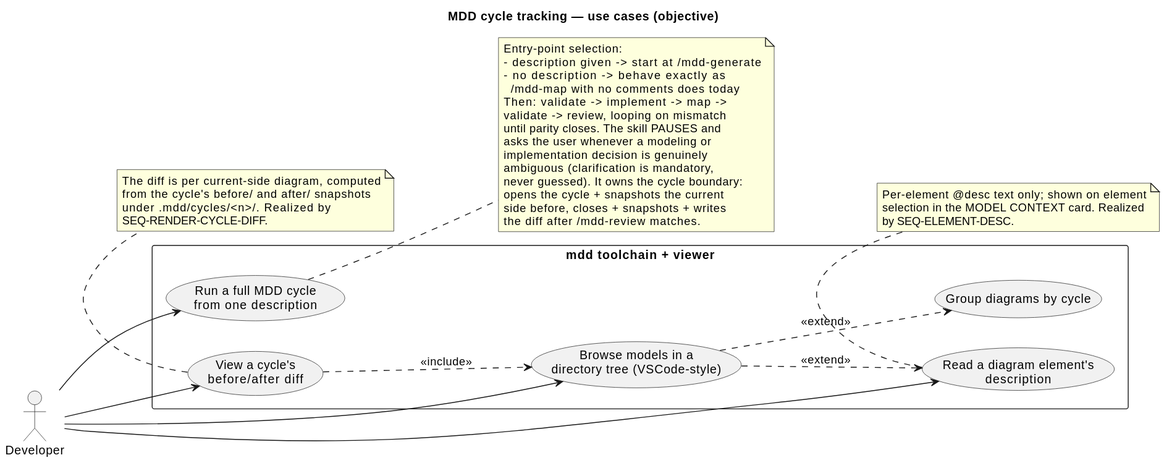
The PlantUML diagram .mdd/rendered/models/objective/use-cases/cycle-tracking.svg in cthadeufaria/model-driven-development, before a commit.
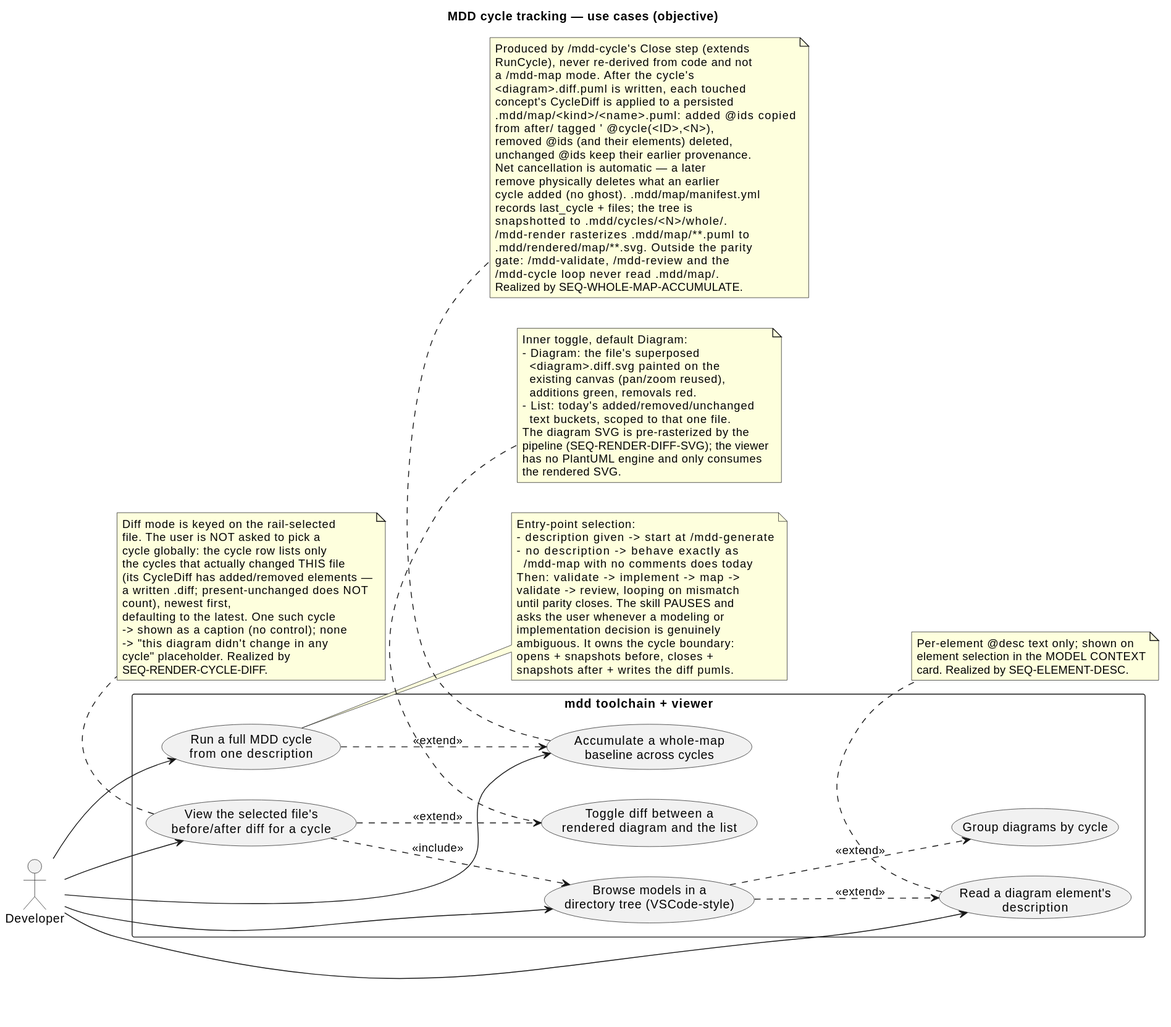
After the change.

Change to the diagram source:
```diff
@@ -9,18 +9,23 @@
   usecase "Run a full MDD cycle\nfrom one description" as RunCycle
   usecase "Browse models in a\ndirectory tree (VSCode-style)" as Tree
   usecase "Group diagrams by cycle" as Group
-  usecase "View a cycle's\nbefore/after diff" as Diff
+  usecase "View the selected file's\nbefore/after diff for a cycle" as Diff
+  usecase "Toggle diff between a\nrendered diagram and the list" as DiffDiagram
   usecase "Read a diagram element's\ndescription" as Desc
+  usecase "Accumulate a whole-map\nbaseline across cycles" as WholeMap
 }
 
 Dev --> RunCycle
 Dev --> Tree
 Dev --> Diff
 Dev --> Desc
+Dev --> WholeMap
 
 Tree ..> Group : <<extend>>
 Diff ..> Tree : <<include>>
+Diff ..> DiffDiagram : <<extend>>
 Tree ..> Desc : <<extend>>
+RunCycle ..> WholeMap : <<extend>>
 
 note right of RunCycle
   Entry-point selection:
@@ -32,23 +37,65 @@
   until parity closes. The skill PAUSES and
   asks the user whenever a modeling or
   implementation decision is genuinely
-  ambiguous (clarification is mandatory,
-  never guessed). It owns the cycle boundary:
-  opens the cycle + snapshots the current
-  side before, closes + snapshots + writes
-  the diff after /mdd-review matches.
+  ambiguous. It owns the cycle boundary:
+  opens + snapshots before, closes +
+  snapshots after + writes the diff pumls.
 end note
 
 note bottom of Diff
-  The diff is per current-side diagram, computed
-  from the cycle's before/ and after/ snapshots
-  under .mdd/cycles/<n>/. Realized by
+  Diff mode is keyed on the rail-selected
+  file. The user is NOT asked to pick a
+  cycle globally: the cycle row lists only
+  the cycles that actually changed THIS file
+  (its CycleDiff has added/removed elements —
+  a written .diff; present-unchanged does NOT
+  count), newest first,
+  defaulting to the latest. One such cycle
+  -> shown as a caption (no control); none
+  -> "this diagram didn't change in any
+  cycle" placeholder. Realized by
   SEQ-RENDER-CYCLE-DIFF.
 end note
 
+note bottom of DiffDiagram
+  Inner toggle, default Diagram:
+  - Diagram: the file's superposed
+    <diagram>.diff.svg painted on the
+    existing canvas (pan/zoom reused),
+    additions green, removals red.
+  - List: today's added/removed/unchanged
+    text buckets, scoped to that one file.
+  The diagram SVG is pre-rasterized by the
+  pipeline (SEQ-RENDER-DIFF-SVG); the viewer
+  has no PlantUML engine and only consumes
+  the rendered SVG.
+end note
+
 note bottom of Desc
-  Per-element @desc text only; shown on element
-  selection in the MODEL CONTEXT card. Realized
-  by SEQ-ELEMENT-DESC.
+  Per-element @desc text only; shown on
+  element selection in the MODEL CONTEXT
+  card. Realized by SEQ-ELEMENT-DESC.
+end note
+
+note bottom of WholeMap
+  Produced by /mdd-cycle's Close step (extends
+  RunCycle), never re-derived from code and not
+  a /mdd-map mode. After the cycle's
+  <diagram>.diff.puml is written, each touched
+  concept's CycleDiff is applied to a persisted
+  .mdd/map/<kind>/<name>.puml: added @ids copied
+  from after/ tagged ' @cycle(<ID>,<N>),
+  removed @ids (and their elements) deleted,
+  unchanged @ids keep their earlier provenance.
+  Net cancellation is automatic — a later
+  remove physically deletes what an earlier
+  cycle added (no ghost). .mdd/map/manifest.yml
+  records last_cycle + files; the tree is
+  snapshotted to .mdd/cycles/<N>/whole/.
+  /mdd-render rasterizes .mdd/map/**.puml to
+  .mdd/rendered/map/**.svg. Outside the parity
+  gate: /mdd-validate, /mdd-review and the
+  /mdd-cycle loop never read .mdd/map/.
+  Realized by SEQ-WHOLE-MAP-ACCUMULATE.
 end note
 @enduml
```
